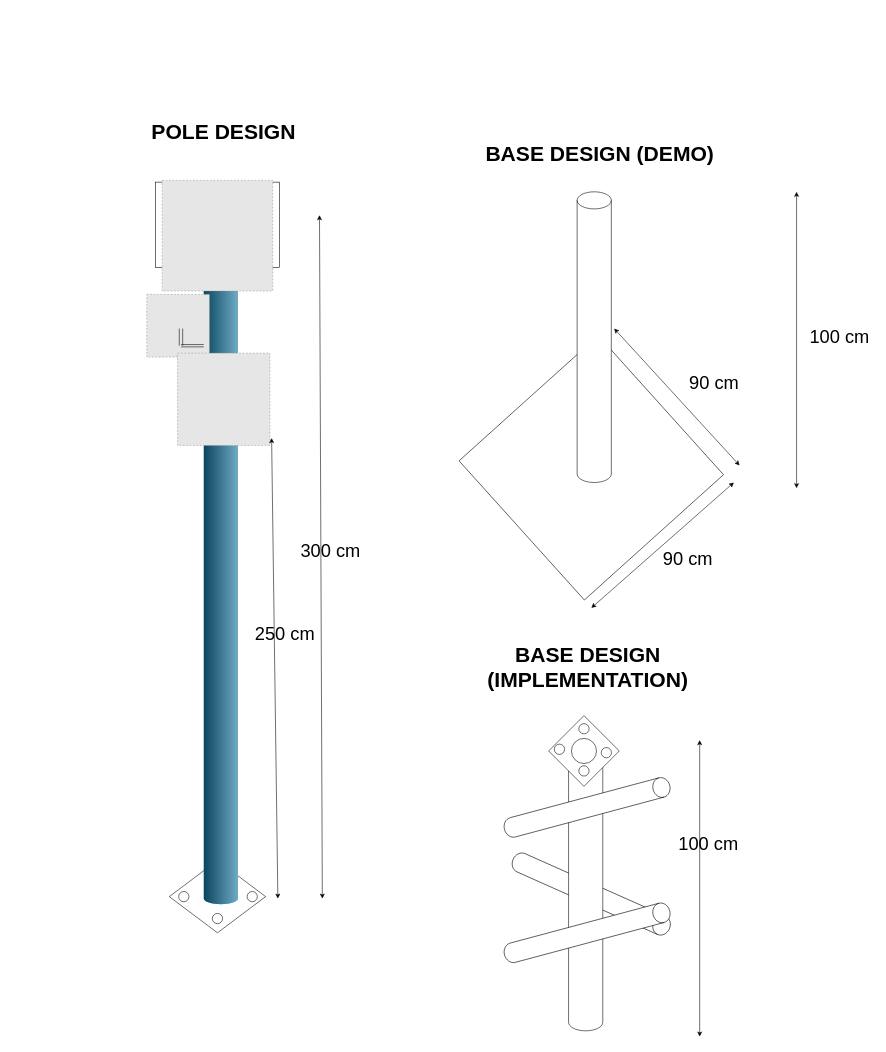
Above: Solar_box.drawio in rimwaka/Simple-message-app (draw.io), before the change. Source tidied: cells renumbered, new cells numbered last; positions are measured from the earlier drawing's top-left corner, leaving out a move shared by most shapes. Both pictures are drawn from the tidied source at 57%, with x=0, y=0 at pixel (50, 106). Pictures stored in the file or linked from it are replaced by grey dashed boxes.
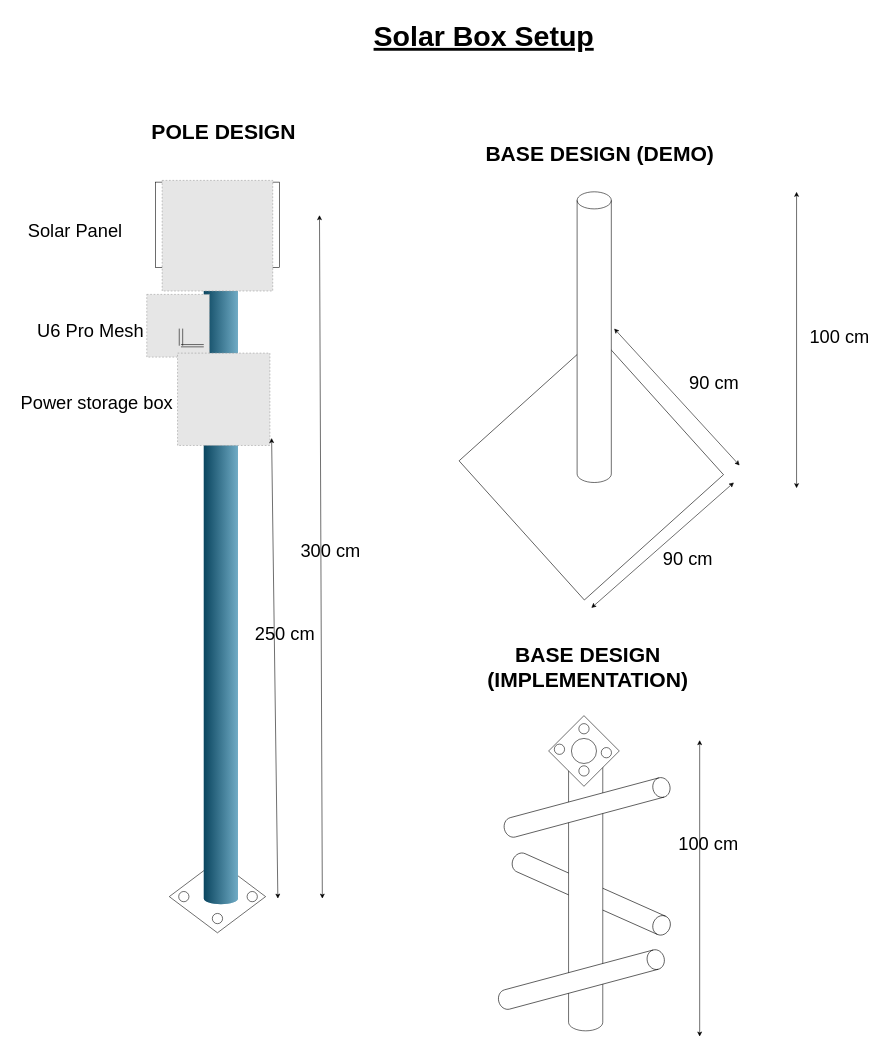
The same diagram, later.

What changed in the source:
```diff
@@
     <mxCell id="21" style="shape=cylinder3;whiteSpace=wrap;html=1;boundedLbl=1;backgroundOutline=1;size=15;rotation=75;" parent="1" vertex="1">
-      <mxGeometry x="925" y="1300" width="35" height="300" as="geometry" />
+      <mxGeometry x="915" y="1382" width="35" height="300" as="geometry" />
     </mxCell>
@@
+    <mxCell id="40" value="&lt;b&gt;&lt;font style=&quot;font-size: 50px;&quot;&gt;&lt;u&gt;Solar Box Setup&lt;/u&gt;&lt;/font&gt;&lt;/b&gt;" style="text;strokeColor=none;align=center;fillColor=none;html=1;verticalAlign=middle;whiteSpace=wrap;rounded=0;" parent="1" vertex="1">
+      <mxGeometry x="504" y="-169" width="515" height="92" as="geometry" />
+    </mxCell>
+    <mxCell id="41" value="Solar Panel" style="text;strokeColor=none;align=center;fillColor=none;html=1;verticalAlign=middle;whiteSpace=wrap;rounded=0;strokeWidth=4;fontSize=32;" parent="1" vertex="1">
+      <mxGeometry x="-70" y="183" width="229" height="70" as="geometry" />
+    </mxCell>
+    <mxCell id="42" value="U6 Pro Mesh" style="text;strokeColor=none;align=center;fillColor=none;html=1;verticalAlign=middle;whiteSpace=wrap;rounded=0;strokeWidth=4;fontSize=32;" parent="1" vertex="1">
+      <mxGeometry x="-36" y="359" width="215" height="70" as="geometry" />
+    </mxCell>
+    <mxCell id="43" value="Power storage box" style="text;strokeColor=none;align=center;fillColor=none;html=1;verticalAlign=middle;whiteSpace=wrap;rounded=0;strokeWidth=4;fontSize=32;" parent="1" vertex="1">
+      <mxGeometry x="-59" y="486" width="283" height="70" as="geometry" />
+    </mxCell>
```
